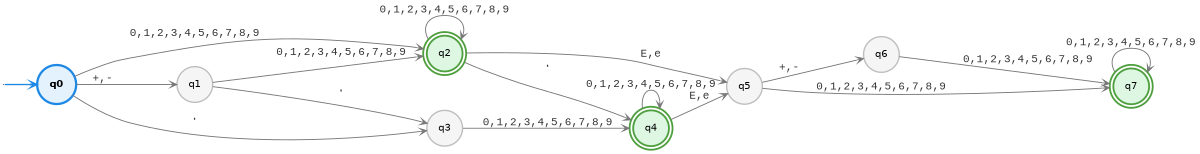
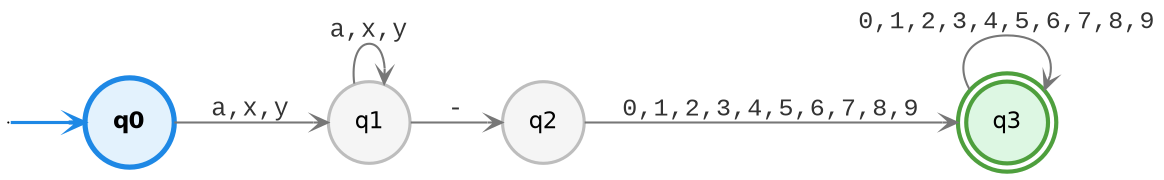
digraph G {
  rankdir=LR;
  size="8,5";
  node [fontname="Helvetica", fontsize=11, margin=0.1];
  edge [arrowsize=0.7, arrowhead=vee, fontname="Courier New", fontsize=12, fontcolor="#333333", color="#777777"];
  qi [shape=point, width=0];
  "q0" [shape=circle, style=filled, fillcolor="#E3F2FD", color="#1E88E5", penwidth=2.5, fontname="Helvetica-Bold"];
  "q1" [shape=circle, style=filled, fillcolor="#F5F5F5", color="#BDBDBD", penwidth=1.5];
-   "q2" [shape=doublecircle, style=filled, fillcolor="#DDF7E3", color="#4E9F3D", penwidth=2];
-   "q3" [shape=circle, style=filled, fillcolor="#F5F5F5", color="#BDBDBD", penwidth=1.5];
-   "q4" [shape=doublecircle, style=filled, fillcolor="#DDF7E3", color="#4E9F3D", penwidth=2];
-   "q5" [shape=circle, style=filled, fillcolor="#F5F5F5", color="#BDBDBD", penwidth=1.5];
-   "q6" [shape=circle, style=filled, fillcolor="#F5F5F5", color="#BDBDBD", penwidth=1.5];
-   "q7" [shape=doublecircle, style=filled, fillcolor="#DDF7E3", color="#4E9F3D", penwidth=2];
+   "q2" [shape=circle, style=filled, fillcolor="#F5F5F5", color="#BDBDBD", penwidth=1.5];
+   "q3" [shape=doublecircle, style=filled, fillcolor="#DDF7E3", color="#4E9F3D", penwidth=2];

  qi -> "q0" [color="#1E88E5", penwidth=1.5];
-   "q0" -> "q1" [label="+,-"];
-   "q0" -> "q2" [label="0,1,2,3,4,5,6,7,8,9"];
-   "q0" -> "q3" [label="."];
-   "q1" -> "q2" [label="0,1,2,3,4,5,6,7,8,9"];
-   "q1" -> "q3" [label="."];
-   "q2" -> "q4" [label="."];
-   "q2" -> "q2" [label="0,1,2,3,4,5,6,7,8,9"];
-   "q2" -> "q5" [label="E,e"];
-   "q3" -> "q4" [label="0,1,2,3,4,5,6,7,8,9"];
-   "q4" -> "q4" [label="0,1,2,3,4,5,6,7,8,9"];
-   "q4" -> "q5" [label="E,e"];
-   "q5" -> "q6" [label="+,-"];
-   "q5" -> "q7" [label="0,1,2,3,4,5,6,7,8,9"];
-   "q6" -> "q7" [label="0,1,2,3,4,5,6,7,8,9"];
-   "q7" -> "q7" [label="0,1,2,3,4,5,6,7,8,9"];
+   "q0" -> "q1" [label="a,x,y"];
+   "q1" -> "q1" [label="a,x,y"];
+   "q1" -> "q2" [label="-"];
+   "q2" -> "q3" [label="0,1,2,3,4,5,6,7,8,9"];
+   "q3" -> "q3" [label="0,1,2,3,4,5,6,7,8,9"];
}
